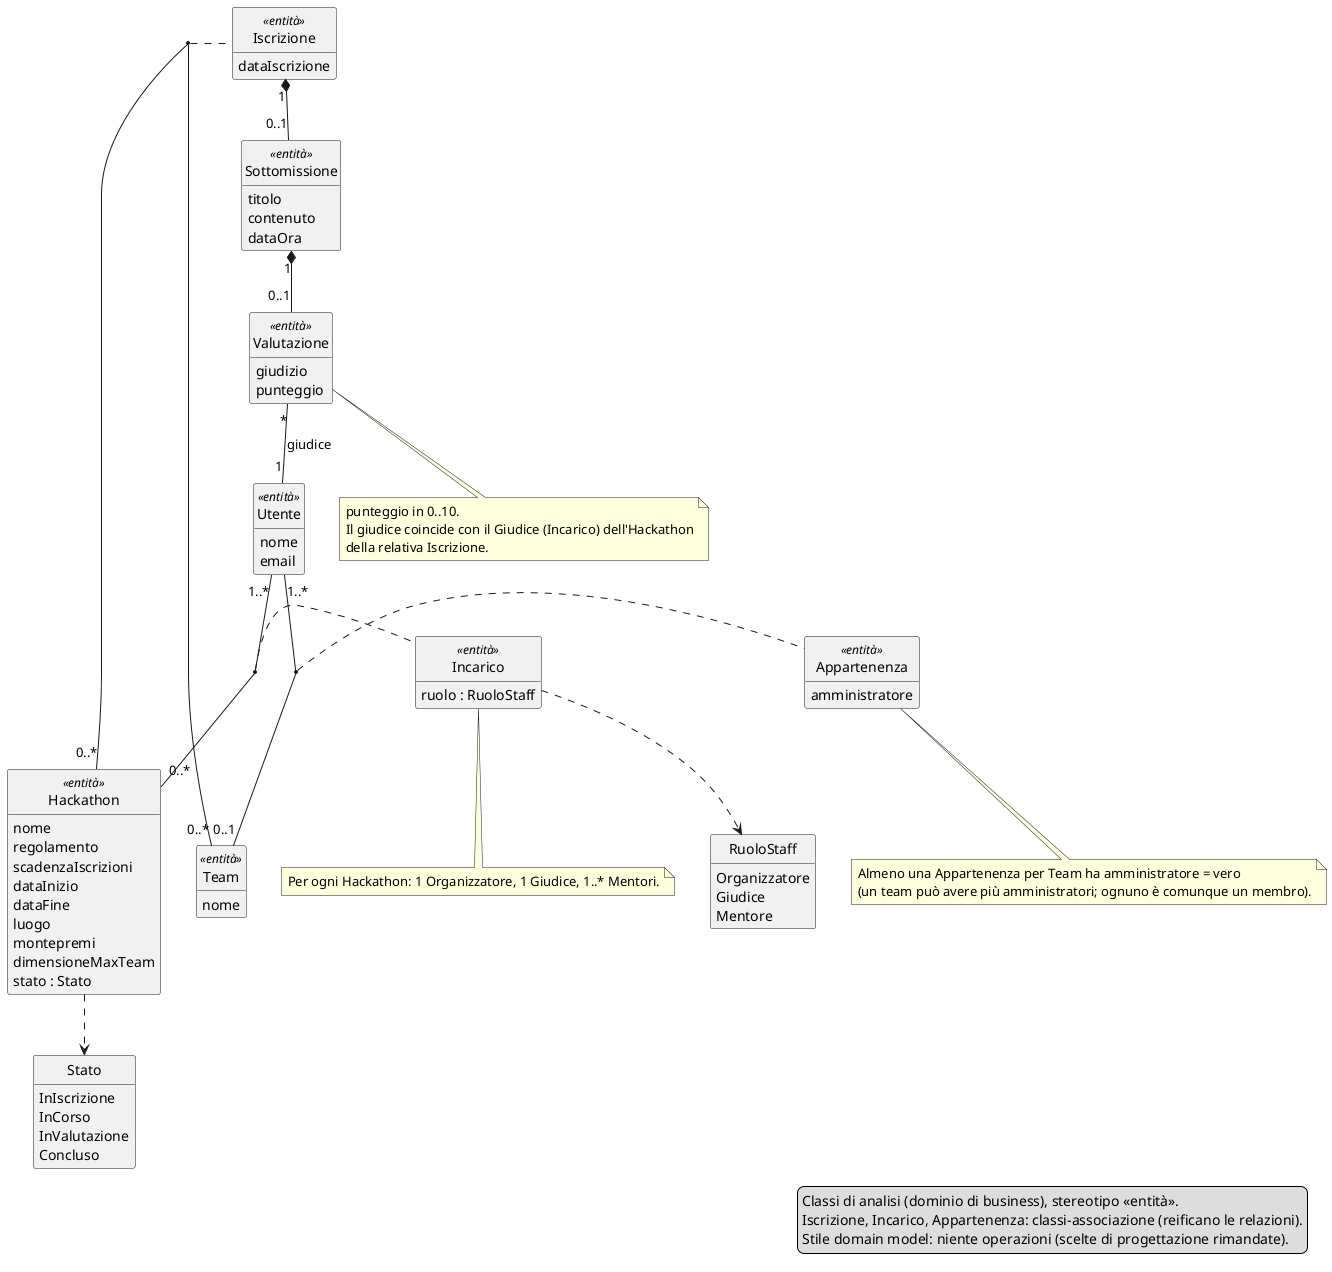
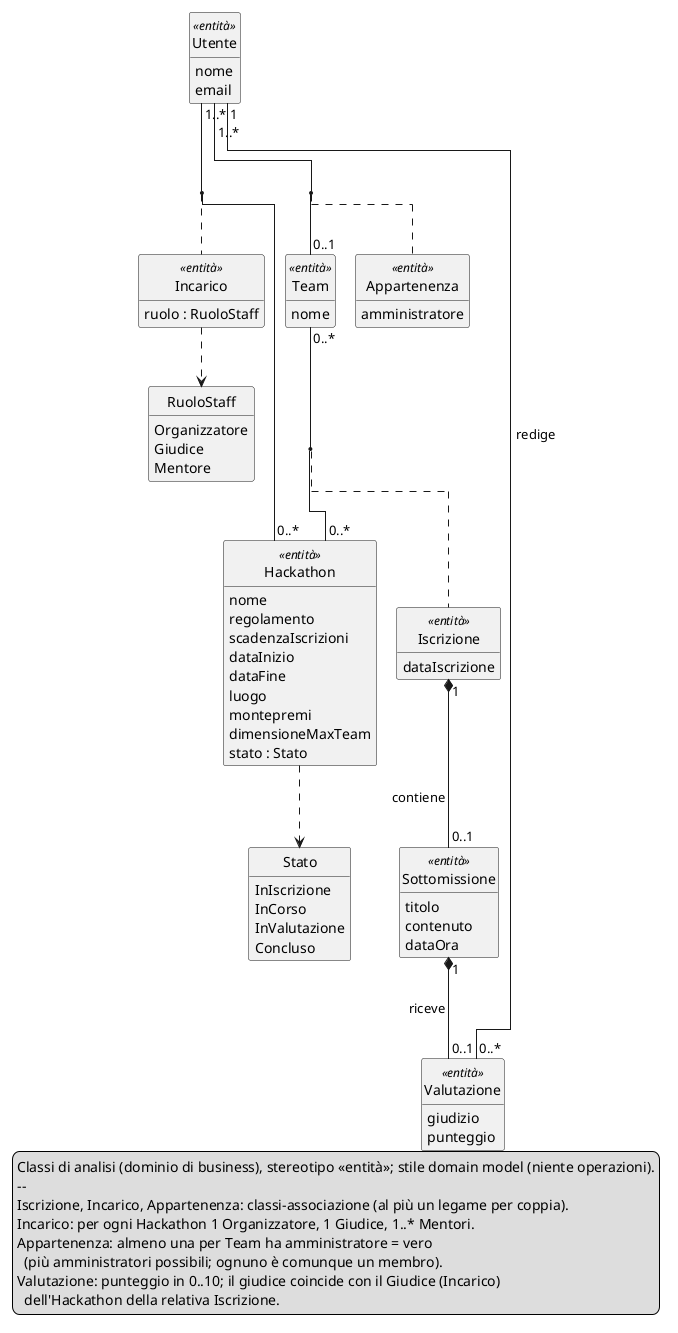
@startuml CLASSI_ANALISI_HackHub
' CLASSI DI ANALISI - 1a iterazione HackHub. Solo dominio di business (UML_03 slide 11).
- ' Stile domain model: niente operazioni (UML_03 slide 13). Ruoli staff reificati in Incarico
- ' (UML_02 slide 6). Iscrizione, Incarico e Appartenenza = classi-associazione (UML_04 slide 10).
- ' Coerente con useCase.puml e CASI_USO_REALIZZATI.md (5 UC della 1a iterazione).
+ ' Stile domain model: niente operazioni (UML_03 slide 13).
+ ' Iscrizione, Incarico, Appartenenza sono CLASSI-ASSOCIAZIONE (UML_04 slide 10):
+ ' reificano le relazioni del triangolo Utente-Team-Hackathon.
+ ' Layout ELK: niente incroci, linee dritte/ortogonali (richiede Java 17: render via Docker).
+ ' Coerente con useCase.puml e CASI_USO_REALIZZATI.md.
hide empty members
hide circle
+ !pragma layout elk

enum Stato {
  InIscrizione
  InCorso
  InValutazione
  Concluso
}

enum RuoloStaff {
  Organizzatore
  Giudice
  Mentore
}

class Utente <<entità>> {
  nome
  email
}

class Hackathon <<entità>> {
  nome
  regolamento
  scadenzaIscrizioni
  dataInizio
  dataFine
  luogo
  montepremi
  dimensioneMaxTeam
  stato : Stato
}

class Team <<entità>> {
  nome
}

- class Iscrizione <<entità>> {
-   dataIscrizione
- }
- 
class Incarico <<entità>> {
  ruolo : RuoloStaff
}

class Appartenenza <<entità>> {
  amministratore
+ }
+ 
+ class Iscrizione <<entità>> {
+   dataIscrizione
}

class Sottomissione <<entità>> {
  titolo
  contenuto
  dataOra
}

class Valutazione <<entità>> {
  giudizio
  punteggio
}

- ' ===== Staff: ruolo reificato (Incarico) tra Utente e Hackathon =====
+ ' ===== Triangolo Utente-Team-Hackathon con classi-associazione =====
Utente "1..*" -- "0..*" Hackathon
(Utente, Hackathon) .. Incarico
+ Utente "1..*" -- "0..1" Team
+ (Utente, Team) .. Appartenenza
+ Team "0..*" -- "0..*" Hackathon
+ (Team, Hackathon) .. Iscrizione
+ 
+ ' ===== Catena del valore =====
+ Iscrizione "1" *-- "0..1" Sottomissione : contiene >
+ Sottomissione "1" *-- "0..1" Valutazione : riceve >
+ Utente "1" -- "0..*" Valutazione : redige >
+ 
+ ' ===== Tipi enumerati =====
+ Hackathon ..> Stato
Incarico ..> RuoloStaff

- ' ===== Appartenenza a un team: admin reificato come flag (l'admin è un membro) =====
- Utente "1..*" -- "0..1" Team
- (Utente, Team) .. Appartenenza
- 
- ' ===== Iscrizione: classe associazione Team-Hackathon, e catena del valore =====
- Team "0..*" -- "0..*" Hackathon
- (Team, Hackathon) .. Iscrizione
- Iscrizione "1" *-- "0..1" Sottomissione
- Sottomissione "1" *-- "0..1" Valutazione
- Valutazione "*" -- "1" Utente : giudice
- 
- ' ===== Stato del ciclo di vita =====
- Hackathon ..> Stato
- 
- note bottom of Incarico
-   Per ogni Hackathon: 1 Organizzatore, 1 Giudice, 1..* Mentori.
- end note
- 
- note bottom of Appartenenza
-   Almeno una Appartenenza per Team ha amministratore = vero
-   (un team può avere più amministratori; ognuno è comunque un membro).
- end note
- 
- note bottom of Valutazione
-   punteggio in 0..10.
-   Il giudice coincide con il Giudice (Incarico) dell'Hackathon
-   della relativa Iscrizione.
- end note
- 
legend right
-   Classi di analisi (dominio di business), stereotipo «entità».
-   Iscrizione, Incarico, Appartenenza: classi-associazione (reificano le relazioni).
-   Stile domain model: niente operazioni (scelte di progettazione rimandate).
+   Classi di analisi (dominio di business), stereotipo «entità»; stile domain model (niente operazioni).
+   --
+   Iscrizione, Incarico, Appartenenza: classi-associazione (al più un legame per coppia).
+   Incarico: per ogni Hackathon 1 Organizzatore, 1 Giudice, 1..* Mentori.
+   Appartenenza: almeno una per Team ha amministratore = vero
+     (più amministratori possibili; ognuno è comunque un membro).
+   Valutazione: punteggio in 0..10; il giudice coincide con il Giudice (Incarico)
+     dell'Hackathon della relativa Iscrizione.
endlegend

@enduml
